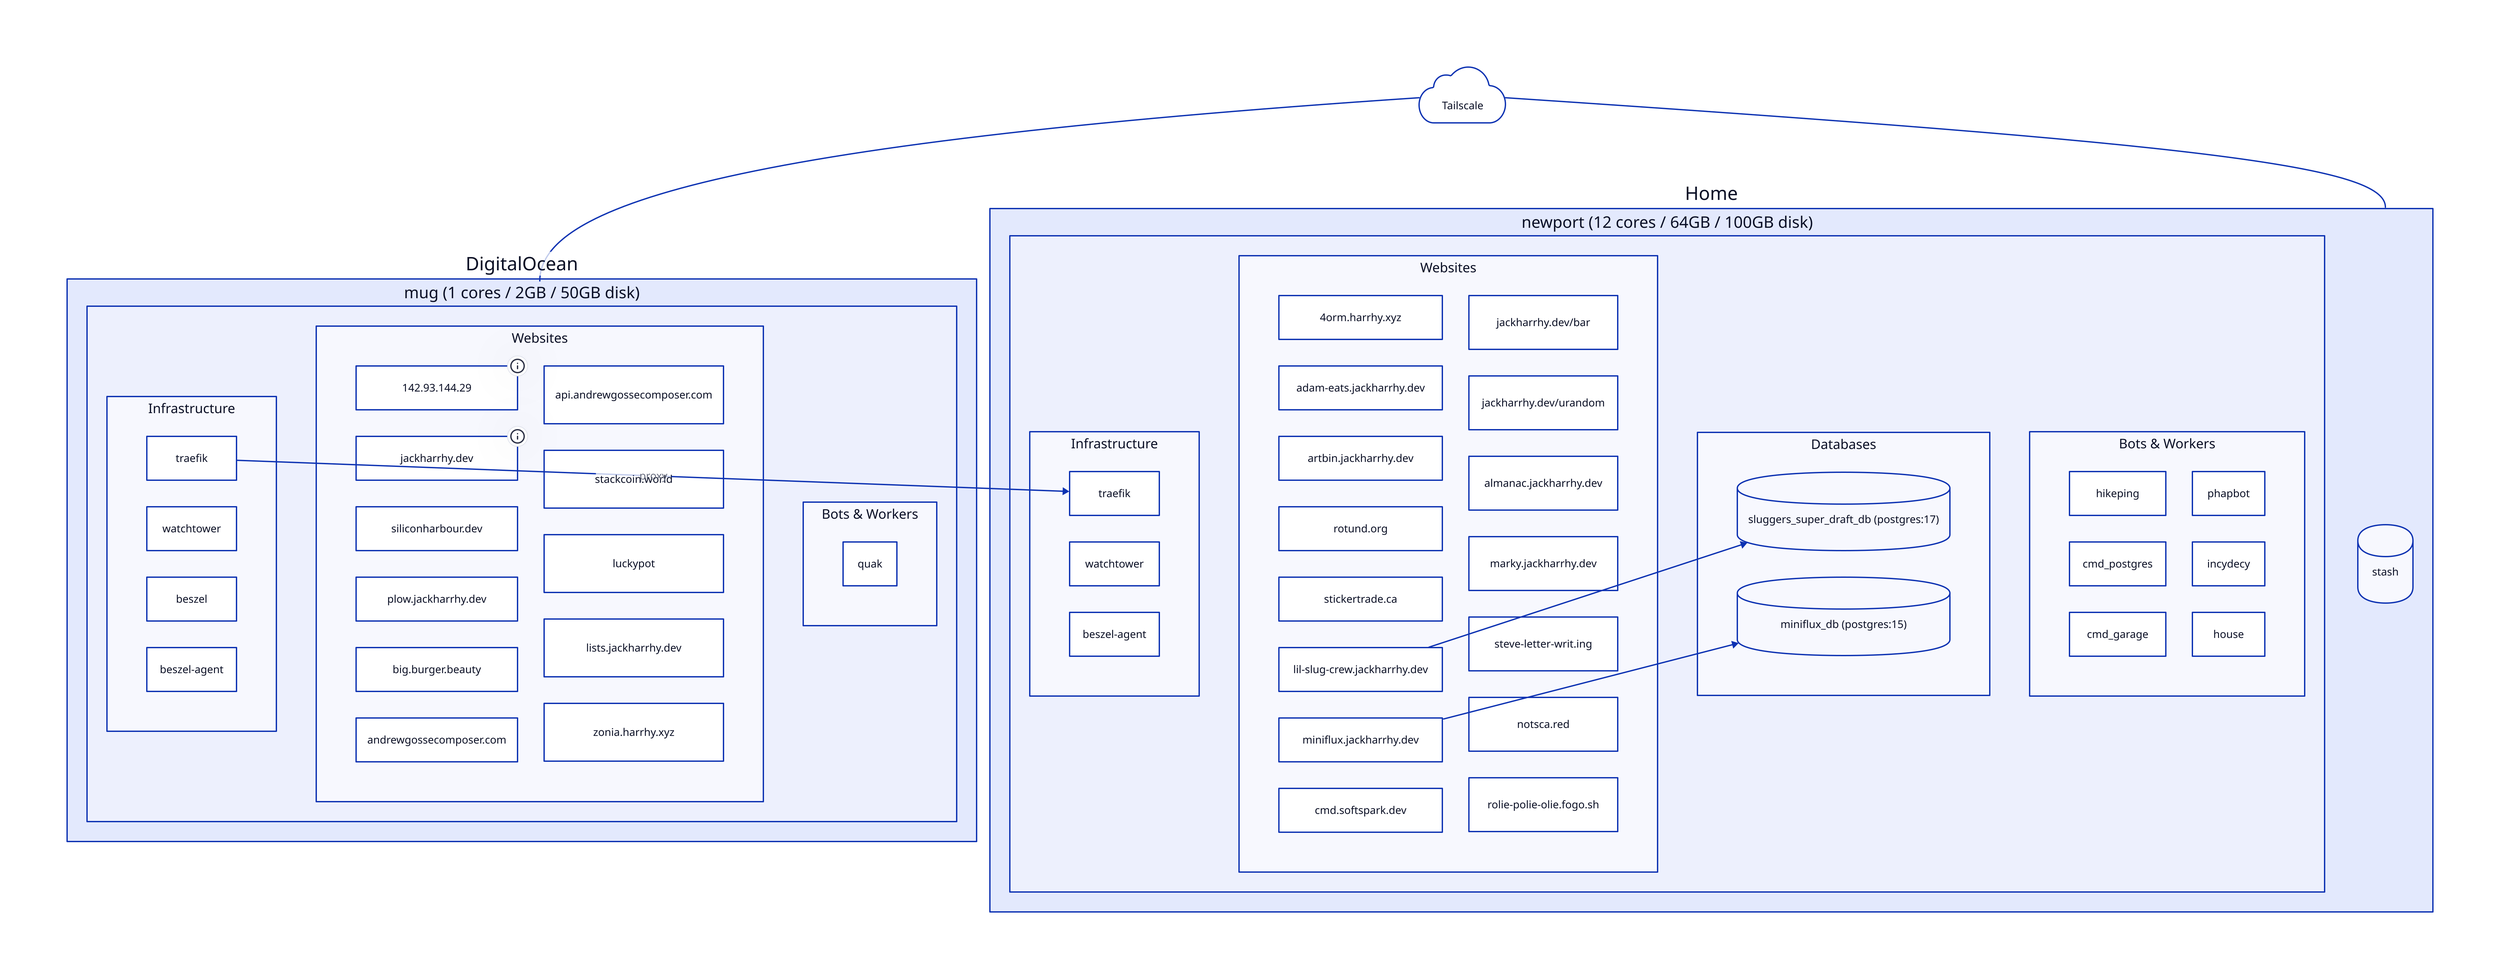
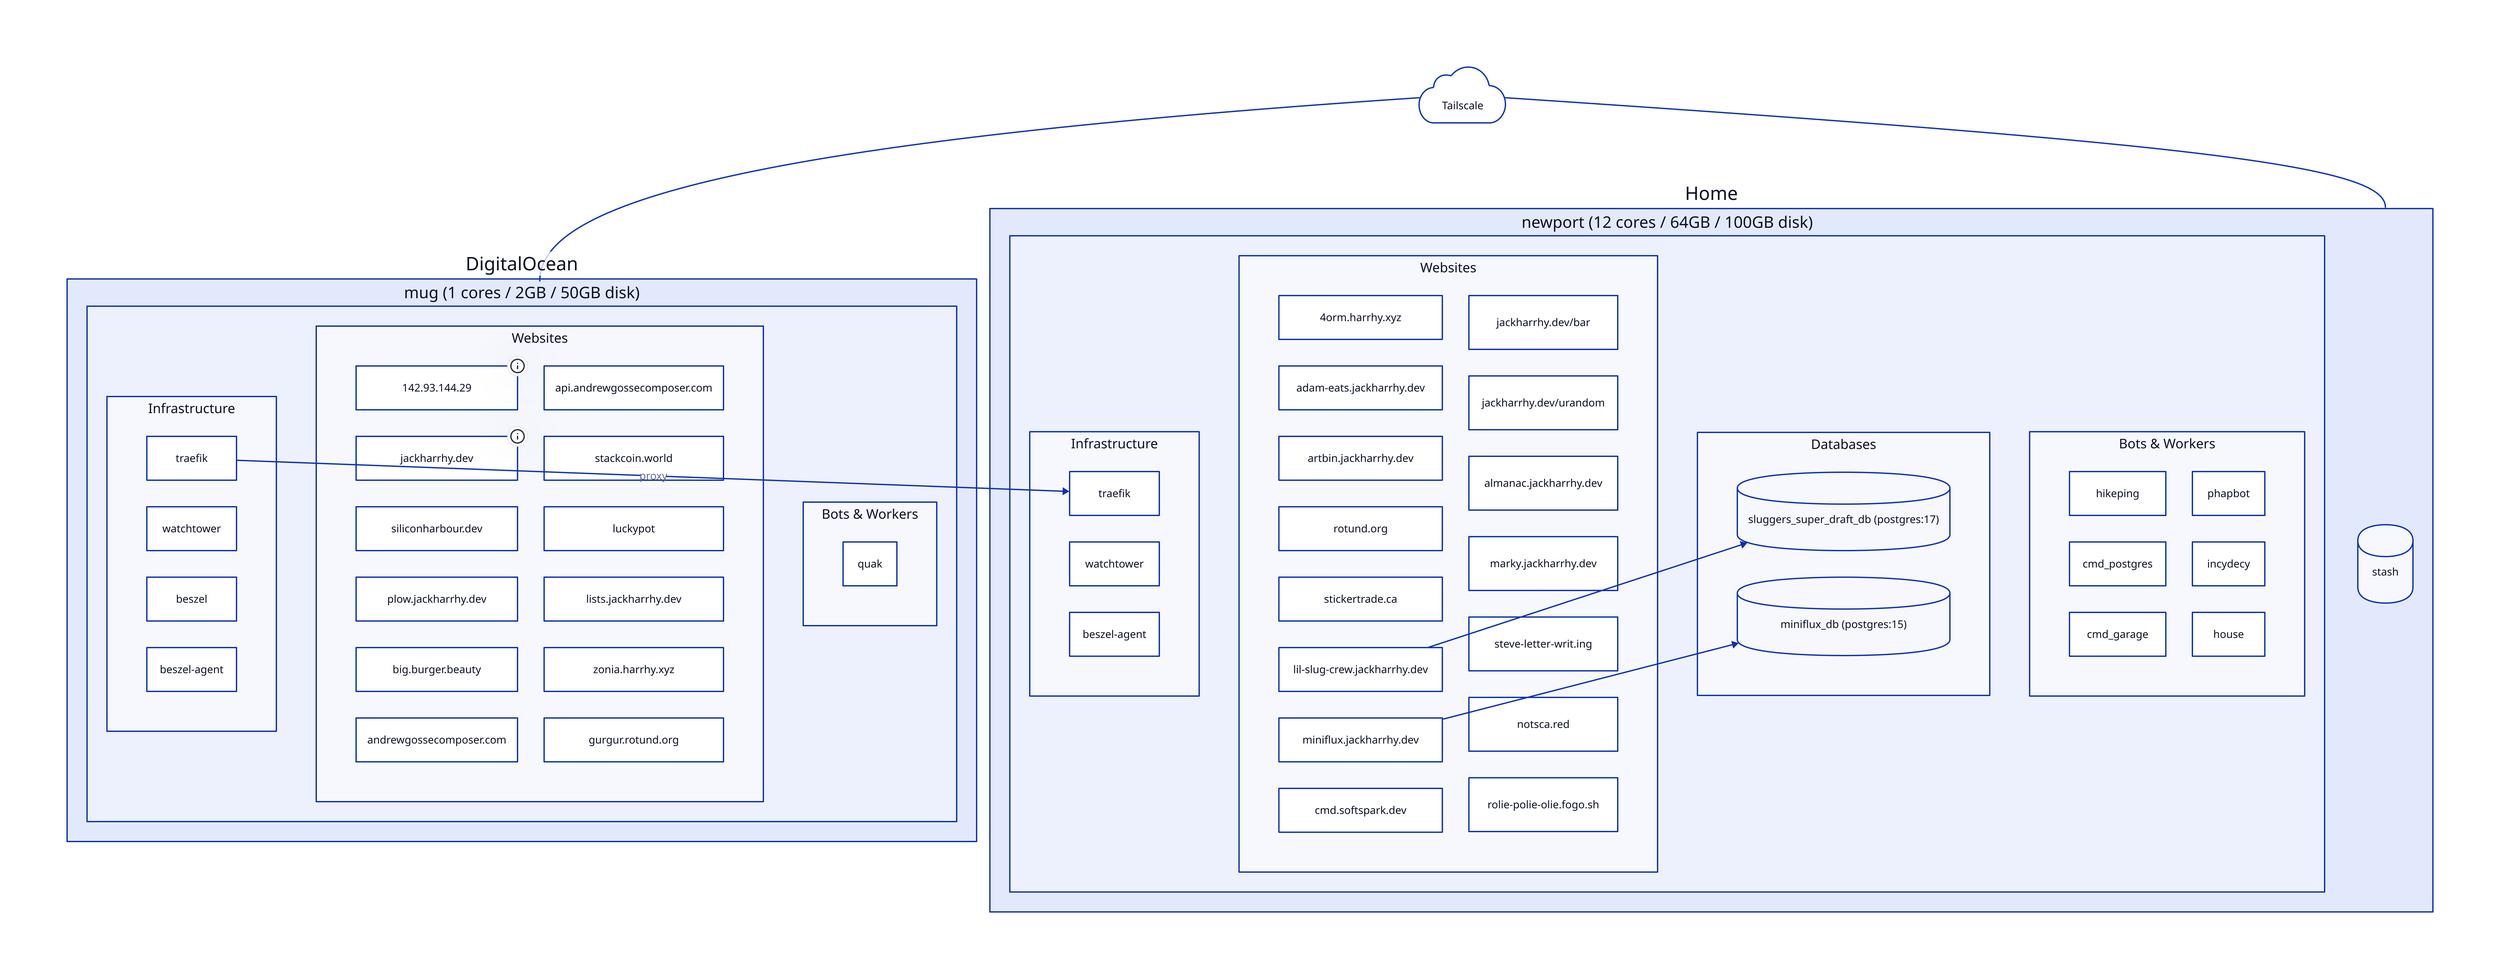
direction: down

tailscale: Tailscale {
  shape: cloud
}

digitalocean: DigitalOcean {
  mug: "mug (1 cores / 2GB / 50GB disk)" {
    infra: Infrastructure {
      grid-columns: 1
      traefik: traefik
      watchtower: watchtower
      beszel: beszel
      beszel-agent: beszel-agent
    }

    websites: Websites {
      grid-columns: 2
      easter_egg: 142.93.144.29
      easter_egg.tooltip: 142.93.144.29, 2604:a880:cad:d0::dff:a001
      jackharrhy: jackharrhy.dev
      jackharrhy.tooltip: jackharrhy.dev, jackharrhy.com, harrhy.xyz, jack.harrhy.xyz, jack.arthur.harrhy.xyz, jack.is.harrhy.xyz
      siliconharbour: siliconharbour.dev
      plow: plow.jackharrhy.dev
      burger: big.burger.beauty
      andrewsite_astro: andrewgossecomposer.com
      andrewsite_strapi: api.andrewgossecomposer.com
      stackcoin: stackcoin.world
      luckypot: luckypot
      lists: lists.jackharrhy.dev
      zonia: zonia.harrhy.xyz
+       gurgur: gurgur.rotund.org
    }

    bots: Bots & Workers {
      grid-columns: 2
      quak: quak
    }

  }

}

home: Home {
  newport: "newport (12 cores / 64GB / 100GB disk)" {
    infra: Infrastructure {
      grid-columns: 1
      traefik: traefik
      watchtower: watchtower
      beszel-agent: beszel-agent
    }

    websites: Websites {
      grid-columns: 2
      "4orm": 4orm.harrhy.xyz
      adam_eats: adam-eats.jackharrhy.dev
      artbin: artbin.jackharrhy.dev
      rotund_org: rotund.org
      stickertrade: stickertrade.ca
      sluggers_super_draft: lil-slug-crew.jackharrhy.dev
      miniflux: miniflux.jackharrhy.dev
      cmd: cmd.softspark.dev
      bar: jackharrhy.dev/bar
      duaas: jackharrhy.dev/urandom
      almanac: almanac.jackharrhy.dev
      marky: marky.jackharrhy.dev
      steve: steve-letter-writ.ing
      notscared_site: notsca.red
      rolie_polie_olie: rolie-polie-olie.fogo.sh
    }

    databases: Databases {
      grid-columns: 1
      sluggers_super_draft_db: sluggers_super_draft_db (postgres:17) {
        shape: cylinder
      }
      miniflux_db: miniflux_db (postgres:15) {
        shape: cylinder
      }
    }

    bots: Bots & Workers {
      grid-columns: 2
      hikeping: hikeping
      cmd_postgres: cmd_postgres
      cmd_garage: cmd_garage
      phapbot: phapbot
      incydecy: incydecy
      house: house
    }

  }

  stash: stash {
    shape: cylinder
  }
}

tailscale -- digitalocean.mug
tailscale -- home

digitalocean.mug.infra.traefik -> home.newport.infra.traefik: proxy

home.newport.websites.sluggers_super_draft -> home.newport.databases.sluggers_super_draft_db
home.newport.websites.miniflux -> home.newport.databases.miniflux_db
